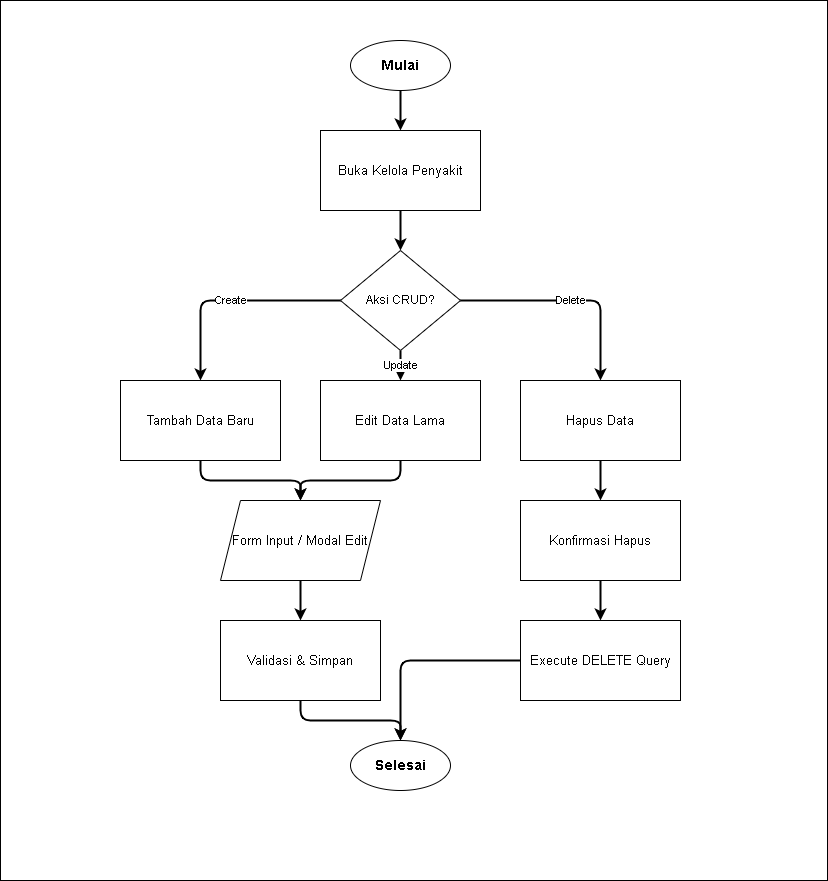
Earlier version of the draw.io export diagram/flowchart/admin_penyakit.png (Jinsky/Jinsky). Source tidied: cells renumbered, new cells last; positions are measured from the earlier drawing's top-left corner, leaving out a move shared by most shapes.
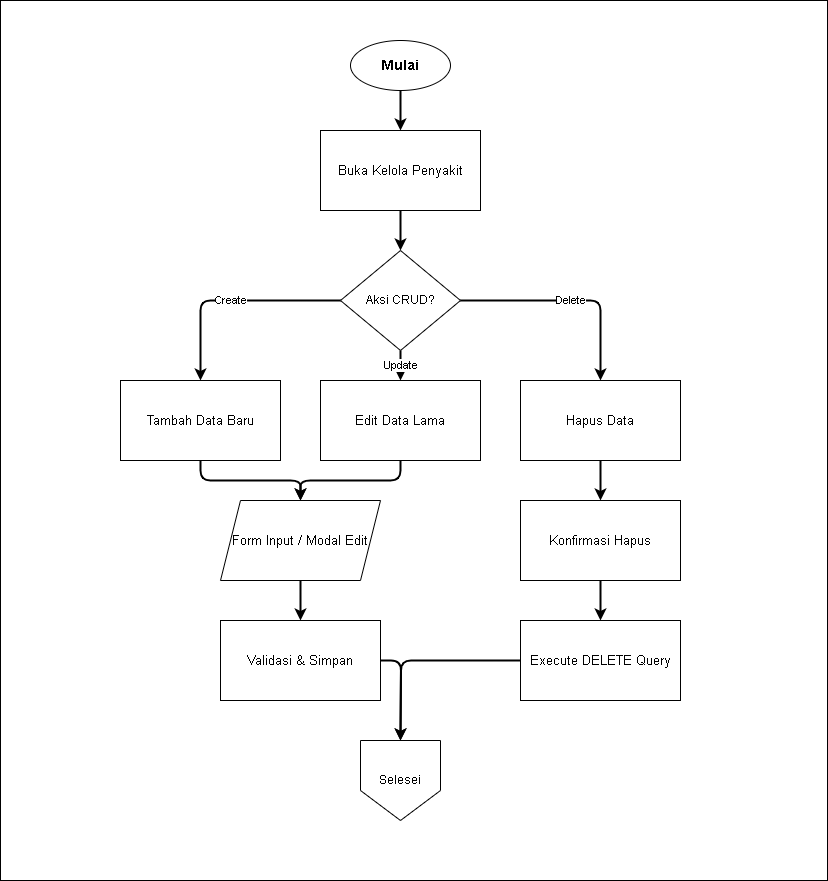
The same file after the commit.

Commit message:
Update flowchart diagrams for admin login and penyakit with improved layout and structure

Diff of the diagram source:
```diff
@@ -35,9 +35,6 @@
     <mxCell id="12" value="Execute DELETE Query" style="rounded=0;whiteSpace=wrap;html=1;fontSize=13;" parent="1" vertex="1">
       <mxGeometry x="520" y="620" width="160" height="80" as="geometry" />
     </mxCell>
-    <mxCell id="13" value="Selesai" style="ellipse;whiteSpace=wrap;html=1;fontStyle=1;fontSize=14;" parent="1" vertex="1">
-      <mxGeometry x="350" y="740" width="100" height="50" as="geometry" />
-    </mxCell>
     <mxCell id="14" style="edgeStyle=orthogonalEdgeStyle;rounded=1;jettySize=auto;html=1;strokeWidth=2;fontSize=11;" parent="1" edge="1" source="3" target="4">
       <mxGeometry relative="1" as="geometry" />
     </mxCell>
@@ -62,8 +59,10 @@
     <mxCell id="21" style="edgeStyle=orthogonalEdgeStyle;rounded=1;jettySize=auto;html=1;strokeWidth=2;fontSize=11;" parent="1" edge="1" source="9" target="10">
       <mxGeometry relative="1" as="geometry" />
     </mxCell>
-    <mxCell id="22" style="edgeStyle=orthogonalEdgeStyle;rounded=1;jettySize=auto;html=1;strokeWidth=2;fontSize=11;" parent="1" edge="1" source="10" target="13">
-      <mxGeometry relative="1" as="geometry" />
+    <mxCell id="22" style="edgeStyle=orthogonalEdgeStyle;rounded=1;jettySize=auto;html=1;strokeWidth=2;fontSize=11;" parent="1" edge="1" source="10">
+      <mxGeometry relative="1" as="geometry">
+        <mxPoint x="400" y="740" as="targetPoint" />
+      </mxGeometry>
     </mxCell>
     <mxCell id="23" style="edgeStyle=orthogonalEdgeStyle;rounded=1;jettySize=auto;html=1;strokeWidth=2;fontSize=11;" parent="1" edge="1" source="8" target="11">
       <mxGeometry relative="1" as="geometry" />
@@ -71,8 +70,13 @@
     <mxCell id="24" style="edgeStyle=orthogonalEdgeStyle;rounded=1;jettySize=auto;html=1;strokeWidth=2;fontSize=11;" parent="1" edge="1" source="11" target="12">
       <mxGeometry relative="1" as="geometry" />
     </mxCell>
-    <mxCell id="25" style="edgeStyle=orthogonalEdgeStyle;rounded=1;jettySize=auto;html=1;strokeWidth=2;fontSize=11;" parent="1" edge="1" source="12" target="13">
-      <mxGeometry relative="1" as="geometry" />
+    <mxCell id="25" style="edgeStyle=orthogonalEdgeStyle;rounded=1;jettySize=auto;html=1;strokeWidth=2;fontSize=11;" parent="1" edge="1" source="12">
+      <mxGeometry relative="1" as="geometry">
+        <mxPoint x="400" y="740" as="targetPoint" />
+      </mxGeometry>
     </mxCell>
+    <mxCell id="26" value="Selesei" style="shape=offPageConnector;whiteSpace=wrap;html=1;" parent="1" vertex="1">
+      <mxGeometry x="360" y="740" width="80" height="80" as="geometry" />
+    </mxCell>
   </root>
 </mxGraphModel>
```
